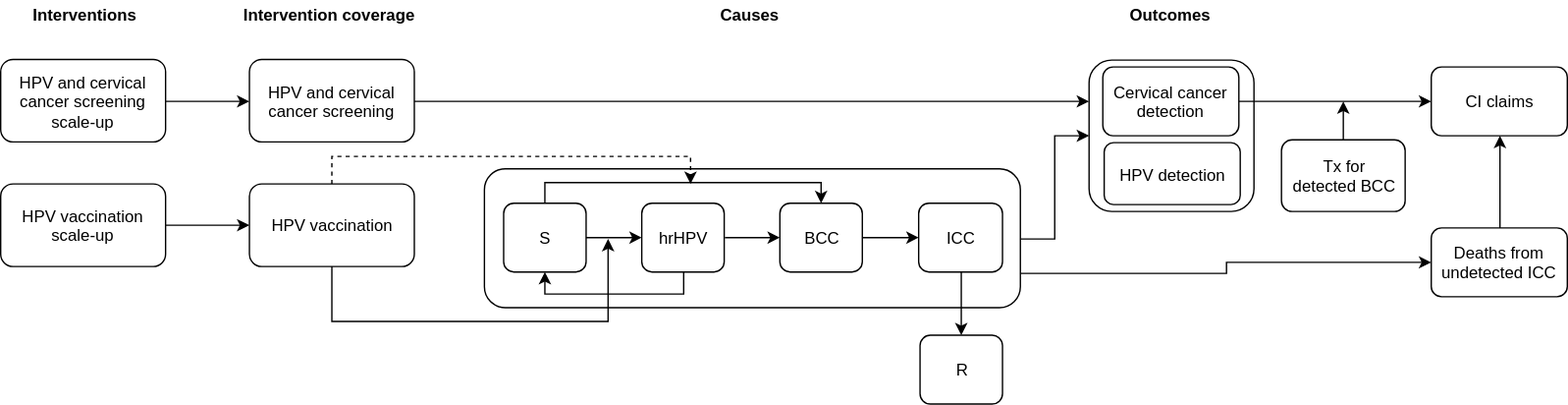
This is docs/source/concept_models/vivarium_swissre_cervicalcancer/cervical_cancer_concept_model_diagram.svg from ihmeuw/vivarium_research, a draw.io export, as it was before one commit. Source tidied: cells renumbered, new cells last; positions are measured from the earlier drawing's top-left corner, leaving out a move shared by most shapes.
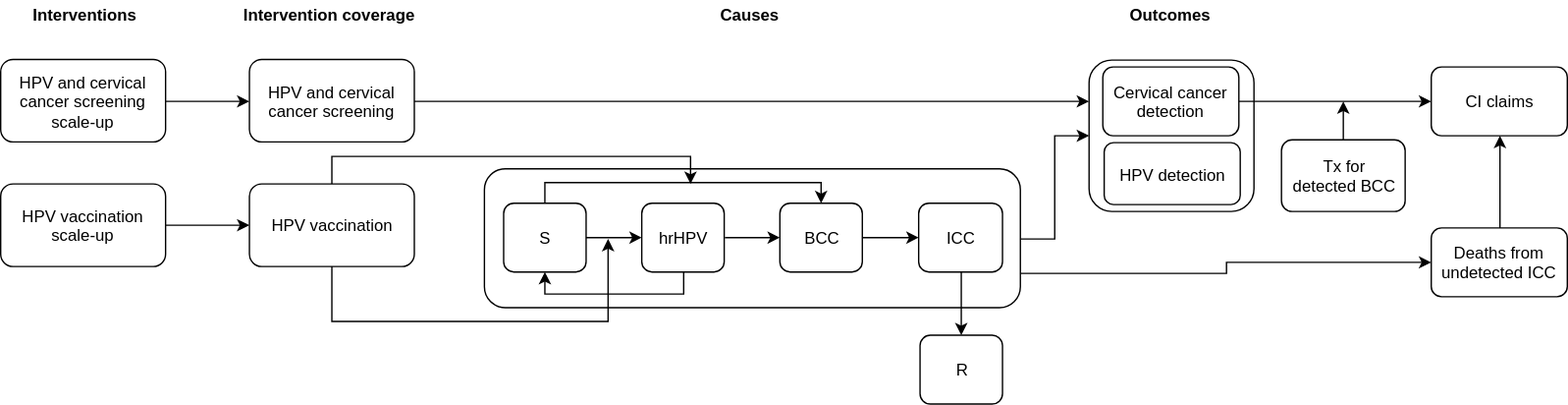
The same diagram one commit later.

Diff of the diagram source:
```diff
@@ -90,7 +90,7 @@
         </Array>
       </mxGeometry>
     </mxCell>
-    <mxCell id="27" style="edgeStyle=orthogonalEdgeStyle;rounded=0;jettySize=auto;html=1;exitX=0.5;exitY=0;exitDx=0;exitDy=0;dashed=1;" parent="1" edge="1" source="28">
+    <mxCell id="27" style="edgeStyle=orthogonalEdgeStyle;rounded=0;jettySize=auto;html=1;exitX=0.5;exitY=0;exitDx=0;exitDy=0;" parent="1" edge="1" source="28">
       <mxGeometry relative="1" as="geometry">
         <mxPoint x="502" y="133" as="targetPoint" />
         <Array as="points">
```
